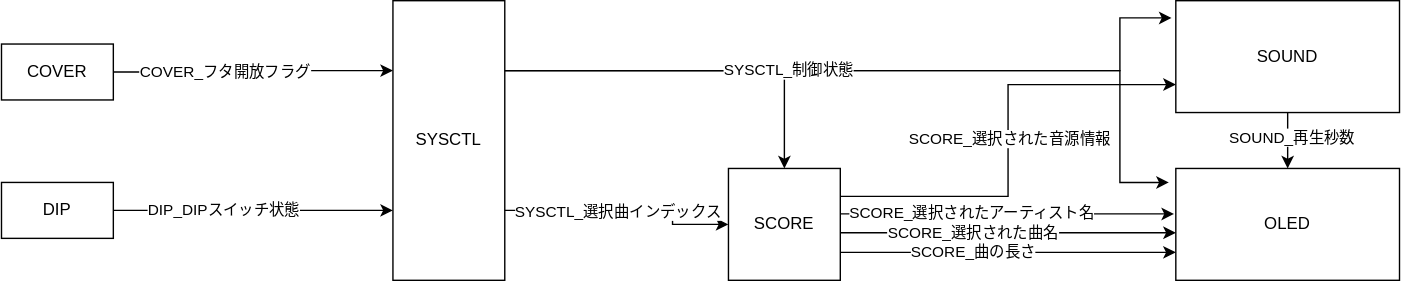
This is doc/res/Arch_MagicMusicBox.svg from ryhoh/MagicMusicBox, a draw.io export, as it was before one commit. Source tidied: cells renumbered, new cells last; positions are measured from the earlier drawing's top-left corner, leaving out a move shared by most shapes.
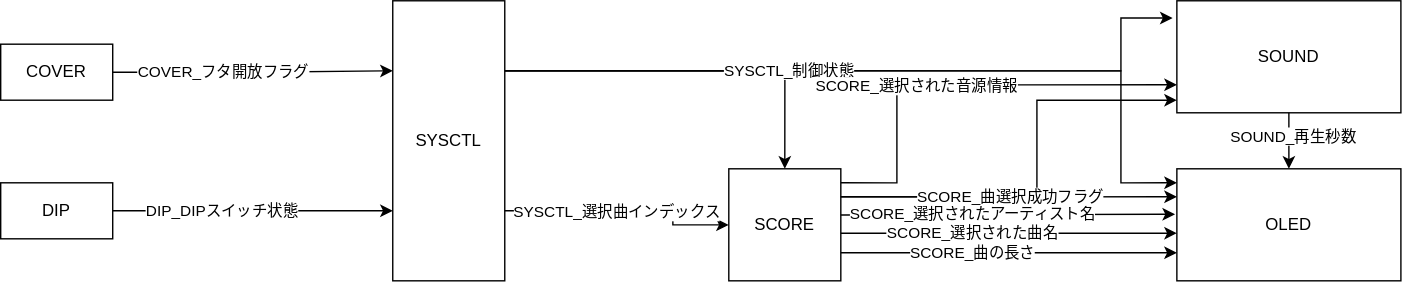
The same file after the commit.

Change to the diagram source:
```diff
@@ -32,11 +32,10 @@
     <mxCell id="9" style="edgeStyle=orthogonalEdgeStyle;rounded=0;orthogonalLoop=1;jettySize=auto;html=1;" parent="1" edge="1">
       <mxGeometry relative="1" as="geometry">
         <mxPoint x="360" y="50" as="sourcePoint" />
-        <mxPoint x="835" y="130" as="targetPoint" />
+        <mxPoint x="840" y="130" as="targetPoint" />
         <Array as="points">
           <mxPoint x="800" y="50" />
           <mxPoint x="800" y="130" />
-          <mxPoint x="835" y="130" />
         </Array>
       </mxGeometry>
     </mxCell>
@@ -84,12 +83,18 @@
         <mxPoint y="1" as="offset" />
       </mxGeometry>
     </mxCell>
-    <mxCell id="17" style="edgeStyle=orthogonalEdgeStyle;rounded=0;jettySize=auto;html=1;entryX=0;entryY=0.75;entryDx=0;entryDy=0;exitX=1;exitY=0.25;exitDx=0;exitDy=0;" parent="1" edge="1" source="5" target="4">
-      <mxGeometry relative="1" as="geometry" />
+    <mxCell id="17" style="edgeStyle=orthogonalEdgeStyle;rounded=0;jettySize=auto;html=1;entryX=0;entryY=0.75;entryDx=0;entryDy=0;" parent="1" edge="1" target="4">
+      <mxGeometry relative="1" as="geometry">
+        <mxPoint x="600" y="130" as="sourcePoint" />
+        <Array as="points">
+          <mxPoint x="640" y="130" />
+          <mxPoint x="640" y="60" />
+        </Array>
+      </mxGeometry>
     </mxCell>
     <mxCell id="18" value="SCORE_選択された音源情報" style="edgeLabel;html=1;align=center;verticalAlign=middle;" parent="17" vertex="1">
       <mxGeometry x="-0.22" y="2" relative="1" as="geometry">
-        <mxPoint x="2" y="-37" as="offset" />
+        <mxPoint x="2" y="2" as="offset" />
       </mxGeometry>
     </mxCell>
     <mxCell id="19" style="edgeStyle=orthogonalEdgeStyle;rounded=0;jettySize=auto;html=1;exitX=1;exitY=0.75;exitDx=0;exitDy=0;" parent="1" edge="1" source="10" target="5">
@@ -138,5 +143,29 @@
         <mxPoint y="1" as="offset" />
       </mxGeometry>
     </mxCell>
+    <mxCell id="28" style="edgeStyle=orthogonalEdgeStyle;rounded=0;jettySize=auto;html=1;entryX=0;entryY=0.25;entryDx=0;entryDy=0;" parent="1" edge="1" target="3">
+      <mxGeometry relative="1" as="geometry">
+        <mxPoint x="600" y="140" as="sourcePoint" />
+        <Array as="points">
+          <mxPoint x="650" y="140" />
+          <mxPoint x="650" y="140" />
+        </Array>
+      </mxGeometry>
+    </mxCell>
+    <mxCell id="29" style="edgeStyle=orthogonalEdgeStyle;rounded=0;orthogonalLoop=1;jettySize=auto;html=1;entryX=0;entryY=0.75;entryDx=0;entryDy=0;" parent="1" edge="1">
+      <mxGeometry relative="1" as="geometry">
+        <mxPoint x="600" y="140" as="sourcePoint" />
+        <mxPoint x="840" y="71" as="targetPoint" />
+        <Array as="points">
+          <mxPoint x="740" y="140" />
+          <mxPoint x="740" y="71" />
+        </Array>
+      </mxGeometry>
+    </mxCell>
+    <mxCell id="30" value="SCORE_曲選択成功フラグ" style="edgeLabel;html=1;align=center;verticalAlign=middle;" parent="29" vertex="1">
+      <mxGeometry x="-0.22" y="2" relative="1" as="geometry">
+        <mxPoint x="-1" y="1" as="offset" />
+      </mxGeometry>
+    </mxCell>
   </root>
 </mxGraphModel>
```
